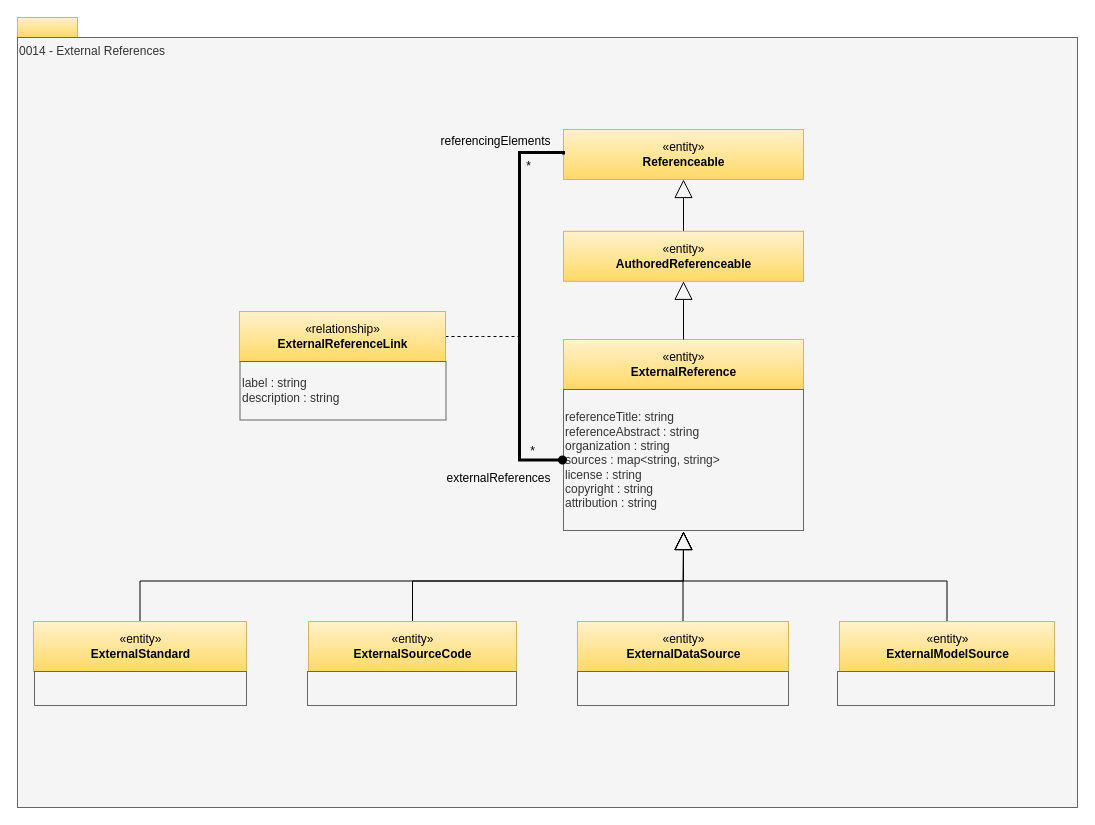
This is page "0014-External-References" (9 of 33) of site/docs/types/0/area-0-basic-types-and-infrastructure.drawio from odpi/egeria-docs, a draw.io file, before an edit. Source tidied: cells renumbered, new cells numbered last; positions are measured from the earlier drawing's top-left corner, leaving out a move shared by most shapes. Both pictures are drawn from the tidied source at 100%, with x=0, y=0 at pixel (17, 17).
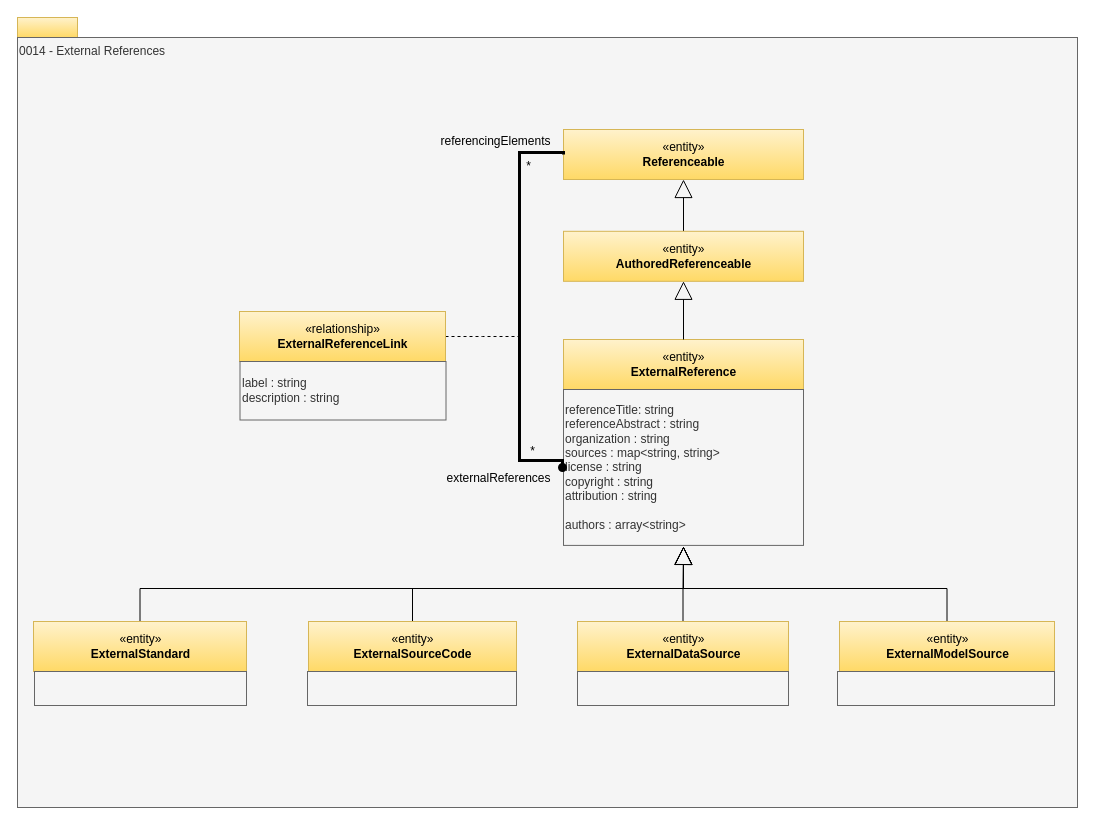
After the change.

Change to the diagram source:
```diff
@@
-    <mxCell id="10" value="&lt;div&gt;referenceTitle: string&lt;br&gt;referenceAbstract : string&lt;br&gt;&lt;div&gt;organization : string&lt;/div&gt;&lt;div&gt;sources : map&amp;lt;string, string&amp;gt;&lt;br&gt;license : string&lt;br&gt;copyright : string&lt;br&gt;attribution : string&lt;div style=&quot;text-align: left&quot;&gt;&lt;/div&gt;&lt;/div&gt;&lt;/div&gt;" style="rounded=0;whiteSpace=wrap;html=1;strokeColor=#666666;align=left;perimeterSpacing=1;fillColor=#f5f5f5;fontColor=#333333;" parent="1" vertex="1">
-      <mxGeometry x="546" y="372" width="240" height="141" as="geometry" />
+    <mxCell id="10" value="&lt;div&gt;referenceTitle: string&lt;br&gt;referenceAbstract : string&lt;br&gt;&lt;div&gt;organization : string&lt;/div&gt;&lt;div&gt;sources : map&amp;lt;string, string&amp;gt;&lt;br&gt;license : string&lt;br&gt;copyright : string&lt;br&gt;attribution : string&lt;div style=&quot;text-align: left&quot;&gt;&lt;/div&gt;&lt;/div&gt;&lt;/div&gt;&lt;br&gt;authors : array&amp;lt;string&amp;gt;" style="rounded=0;whiteSpace=wrap;html=1;strokeColor=#666666;align=left;perimeterSpacing=1;fillColor=#f5f5f5;fontColor=#333333;" parent="1" vertex="1">
+      <mxGeometry x="546" y="372" width="240" height="155.9" as="geometry" />
     </mxCell>
```
